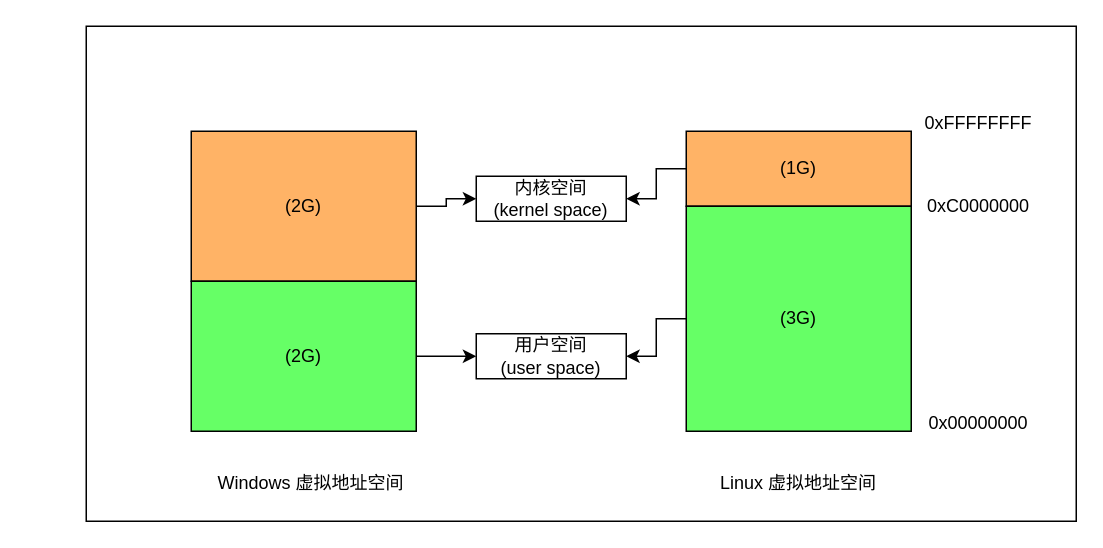
The draw.io diagram 内存.drawio in 1595901624/GitTest, before the edit. Source tidied: cells renumbered, new cells numbered last; positions are measured from the earlier drawing's top-left corner, leaving out a move shared by most shapes. Both pictures are drawn from the tidied source at 150%, with x=0, y=0 at pixel (86, 26).
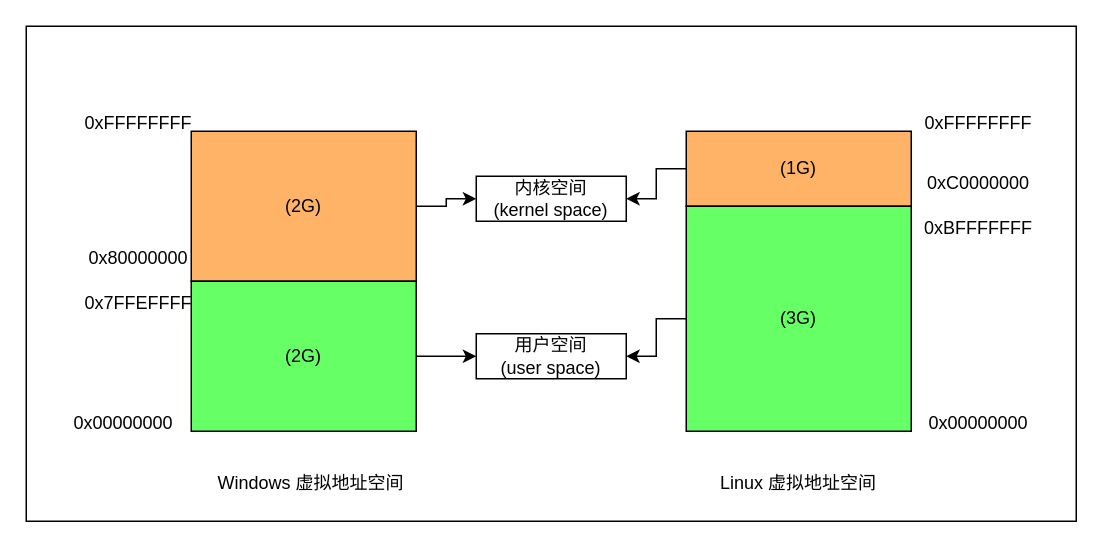
The same page after the edit.

The edit, as a diff of the source:
```diff
@@
     <mxCell id="2" style="rounded=0;whiteSpace=wrap;html=1;" parent="1" vertex="1">
-      <mxGeometry width="660" height="330" as="geometry" />
+      <mxGeometry x="-40" width="700" height="330" as="geometry" />
     </mxCell>
@@
     <mxCell id="16" value="0xC0000000" style="text;html=1;strokeColor=none;fillColor=none;align=center;verticalAlign=middle;whiteSpace=wrap;rounded=0;" parent="1" vertex="1">
-      <mxGeometry x="560" y="105" width="70" height="30" as="geometry" />
+      <mxGeometry x="560" y="90" width="70" height="30" as="geometry" />
     </mxCell>
@@
+    <mxCell id="18" value="0x00000000" style="text;html=1;strokeColor=none;fillColor=none;align=center;verticalAlign=middle;whiteSpace=wrap;rounded=0;" parent="1" vertex="1">
+      <mxGeometry x="-10" y="250" width="70" height="30" as="geometry" />
+    </mxCell>
+    <mxCell id="19" value="0x7FFEFFFF" style="text;html=1;strokeColor=none;fillColor=none;align=center;verticalAlign=middle;whiteSpace=wrap;rounded=0;" parent="1" vertex="1">
+      <mxGeometry y="170" width="70" height="30" as="geometry" />
+    </mxCell>
+    <mxCell id="20" value="0xBFFFFFFF" style="text;html=1;strokeColor=none;fillColor=none;align=center;verticalAlign=middle;whiteSpace=wrap;rounded=0;" parent="1" vertex="1">
+      <mxGeometry x="560" y="120" width="70" height="30" as="geometry" />
+    </mxCell>
+    <mxCell id="21" value="0x80000000" style="text;html=1;strokeColor=none;fillColor=none;align=center;verticalAlign=middle;whiteSpace=wrap;rounded=0;" parent="1" vertex="1">
+      <mxGeometry y="140" width="70" height="30" as="geometry" />
+    </mxCell>
+    <mxCell id="22" value="0xFFFFFFFF" style="text;html=1;strokeColor=none;fillColor=none;align=center;verticalAlign=middle;whiteSpace=wrap;rounded=0;" parent="1" vertex="1">
+      <mxGeometry y="50" width="70" height="30" as="geometry" />
+    </mxCell>
```
